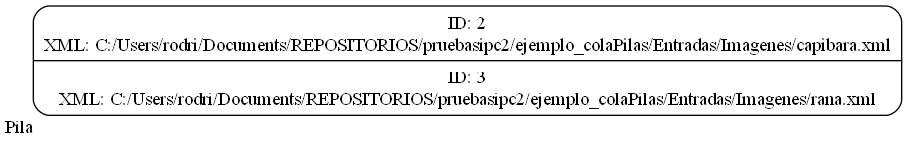
Earlier version of the Graphviz export Unidad4/Clase8/reportes/pila.png (rodrialeh01/IPC2-VD2024). Its source is kept beside it as Unidad4/Clase8/reportesdot/pila.dot.
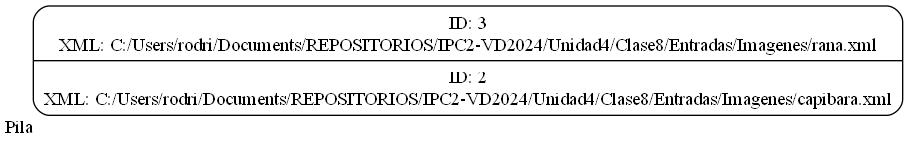
After the commit.

The edit, as a diff of the source:
```diff
@@ -1,5 +1,5 @@
 digraph G {
     rankdir=LR;
     node[shape=Mrecord];
-    Pila[xlabel="Pila" label="ID: 2\nXML: C:/Users/rodri/Documents/REPOSITORIOS/pruebasipc2/ejemplo_colaPilas/Entradas/Imagenes/capibara.xml\n|ID: 3\nXML: C:/Users/rodri/Documents/REPOSITORIOS/pruebasipc2/ejemplo_colaPilas/Entradas/Imagenes/rana.xml\n"];
+    Pila[xlabel="Pila" label="ID: 3\nXML: C:/Users/rodri/Documents/REPOSITORIOS/IPC2-VD2024/Unidad4/Clase8/Entradas/Imagenes/rana.xml\n|ID: 2\nXML: C:/Users/rodri/Documents/REPOSITORIOS/IPC2-VD2024/Unidad4/Clase8/Entradas/Imagenes/capibara.xml\n"];
 }
```
